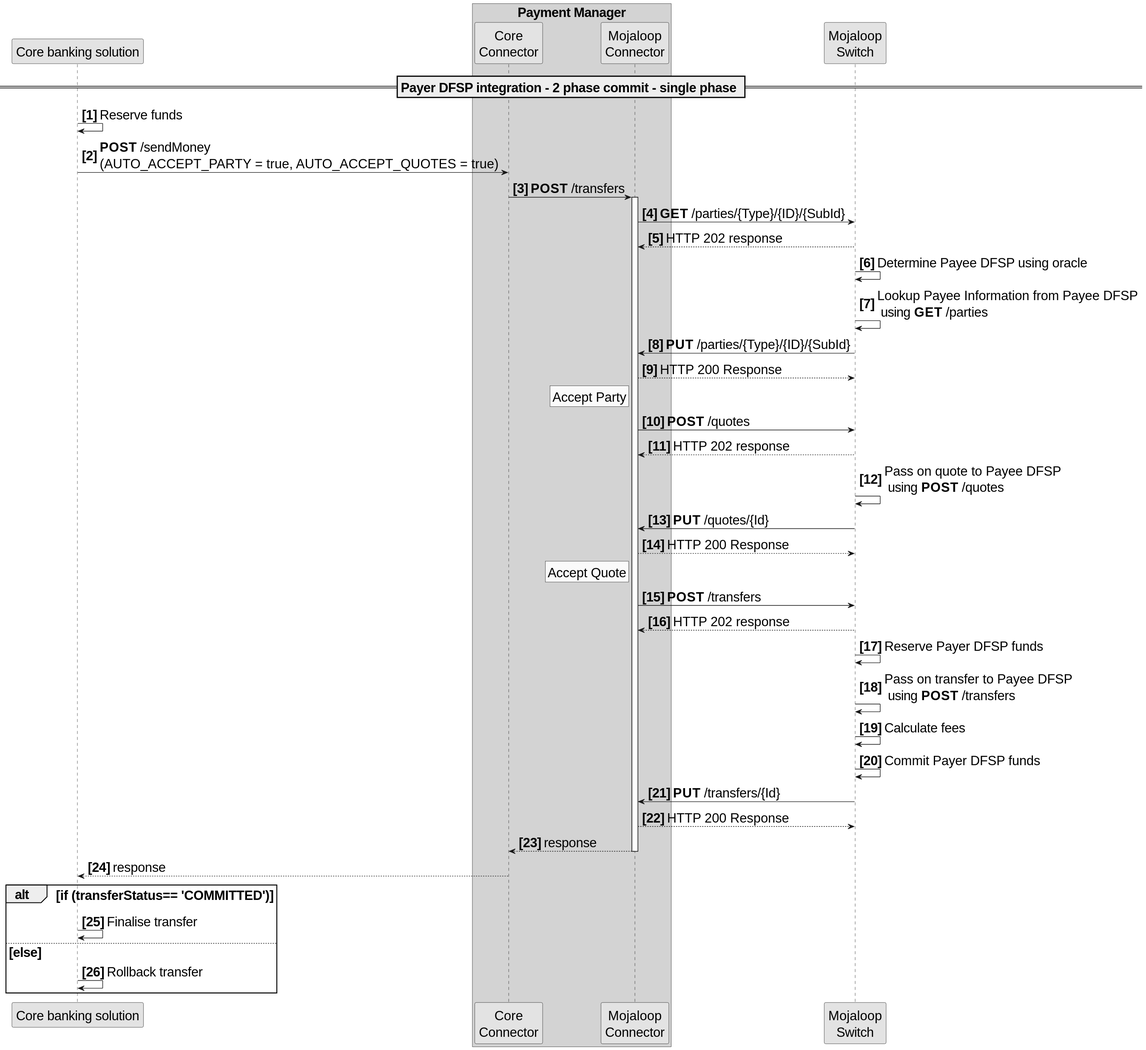
mojaloop/documentation keeps this PlantUML diagram as docs/technical/sdk-scheme-adapter/assets/sequence/PayerDFSPSinglePhasePattern.svg. Above is the earlier version.
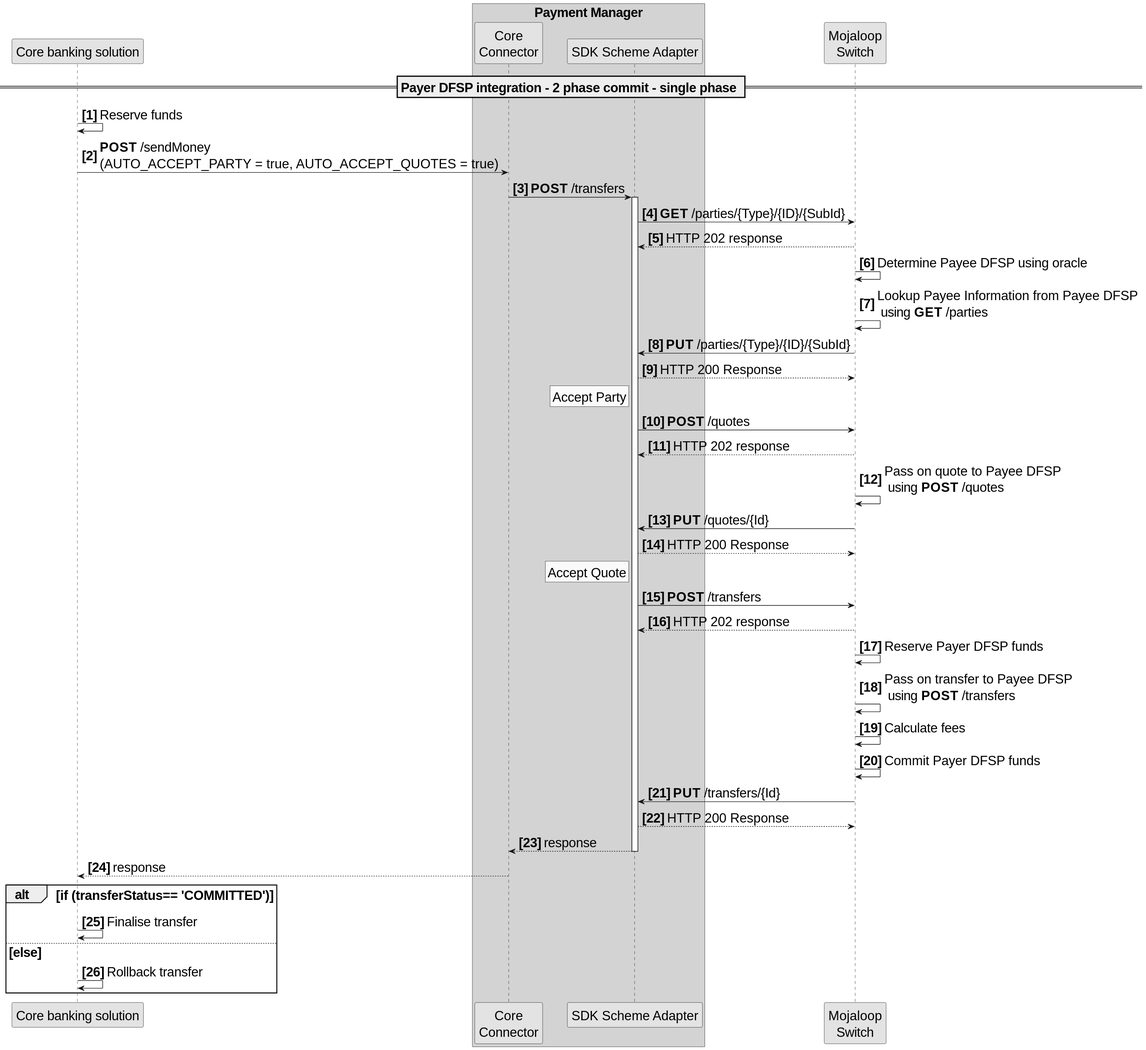
Above is the later version.

What changed in the source:
```diff
@@ -9,7 +9,7 @@
 participant "Core banking solution" as CBS
 box "Payment Manager" #LightGrey
 participant "Core\nConnector" as CC
-participant "Mojaloop\nConnector" as MC
+participant "SDK Scheme Adapter" as MC
 end box
 participant "Mojaloop\nSwitch" as Switch
 autonumber 1 1 "<b>[0]"
```
